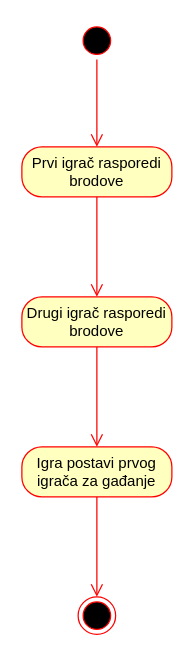
Before: page "Activity: Raspoređivanje brodova" (4 of 10) of Dijagram.drawio in LukaFarkas99/Battleship, a draw.io diagram. Source tidied: cells renumbered, new cells numbered last; positions are measured from the earlier drawing's top-left corner, leaving out a move shared by most shapes. Both pictures are drawn from the tidied source at 125%, with x=0, y=0 at pixel (21, 21).
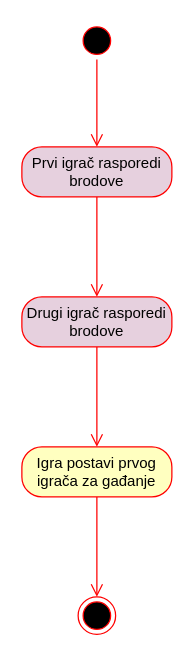
The same page after the edit.

Change to the diagram source:
```diff
@@
 <mxGraphModel>
   <root>
     <mxCell id="0" />
     <mxCell id="1" parent="0" />
     <mxCell id="2" style="ellipse;html=1;shape=startState;fillColor=#000000;strokeColor=#ff0000;" parent="1" vertex="1">
       <mxGeometry x="45" width="30" height="30" as="geometry" />
     </mxCell>
     <mxCell id="3" style="edgeStyle=orthogonalEdgeStyle;html=1;verticalAlign=bottom;endArrow=open;endSize=8;strokeColor=#ff0000;" parent="1" edge="1" source="2" target="4">
       <mxGeometry relative="1" as="geometry" />
     </mxCell>
-    <mxCell id="4" value="Prvi igrač rasporedi brodove" style="rounded=1;whiteSpace=wrap;html=1;arcSize=40;fontColor=#000000;fillColor=#ffffc0;strokeColor=#ff0000;" parent="1" vertex="1">
+    <mxCell id="4" value="Prvi igrač rasporedi brodove" style="rounded=1;whiteSpace=wrap;html=1;arcSize=40;fontColor=#000000;fillColor=#E6D0DE;strokeColor=#ff0000;" parent="1" vertex="1">
       <mxGeometry y="100" width="120" height="40" as="geometry" />
     </mxCell>
     <mxCell id="5" style="edgeStyle=orthogonalEdgeStyle;html=1;verticalAlign=bottom;endArrow=open;endSize=8;strokeColor=#ff0000;" parent="1" edge="1" source="4" target="6">
       <mxGeometry relative="1" as="geometry" />
     </mxCell>
-    <mxCell id="6" value="Drugi igrač rasporedi brodove" style="rounded=1;whiteSpace=wrap;html=1;arcSize=40;fontColor=#000000;fillColor=#ffffc0;strokeColor=#ff0000;" parent="1" vertex="1">
+    <mxCell id="6" value="Drugi igrač rasporedi brodove" style="rounded=1;whiteSpace=wrap;html=1;arcSize=40;fontColor=#000000;fillColor=#E6D0DE;strokeColor=#ff0000;" parent="1" vertex="1">
       <mxGeometry y="220" width="120" height="40" as="geometry" />
     </mxCell>
     <mxCell id="7" style="edgeStyle=orthogonalEdgeStyle;html=1;verticalAlign=bottom;endArrow=open;endSize=8;strokeColor=#ff0000;" parent="1" edge="1" source="6" target="8">
       <mxGeometry relative="1" as="geometry" />
     </mxCell>
     <mxCell id="8" value="Igra postavi prvog igrača za gađanje" style="rounded=1;whiteSpace=wrap;html=1;arcSize=40;fontColor=#000000;fillColor=#ffffc0;strokeColor=#ff0000;" parent="1" vertex="1">
       <mxGeometry y="340" width="120" height="40" as="geometry" />
     </mxCell>
     <mxCell id="9" style="edgeStyle=orthogonalEdgeStyle;html=1;verticalAlign=bottom;endArrow=open;endSize=8;strokeColor=#ff0000;" parent="1" edge="1" source="8">
       <mxGeometry relative="1" as="geometry">
         <mxPoint x="60" y="460" as="targetPoint" />
       </mxGeometry>
     </mxCell>
     <mxCell id="10" style="ellipse;html=1;shape=endState;fillColor=#000000;strokeColor=#ff0000;" parent="1" vertex="1">
       <mxGeometry x="45" y="460" width="30" height="30" as="geometry" />
     </mxCell>
   </root>
 </mxGraphModel>
```
